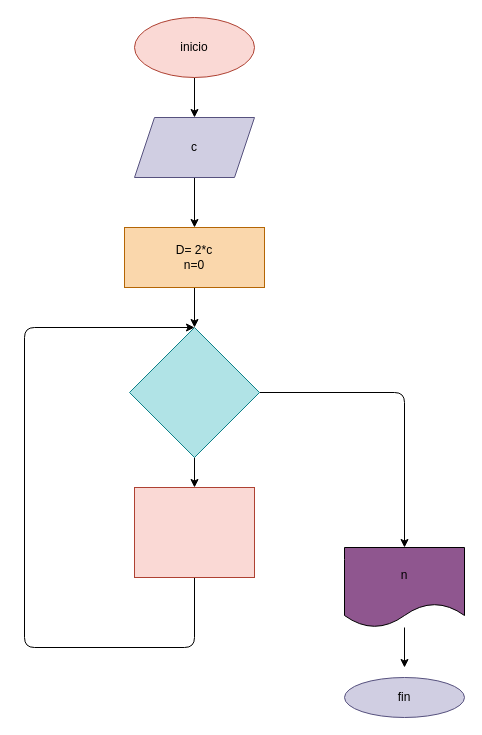
Earlier version of the draw.io diagram ejercicio6/diagrama.drawio (angelica17200/Taller_while). Source tidied: cells renumbered, new cells numbered last; positions are measured from the earlier drawing's top-left corner, leaving out a move shared by most shapes. Both pictures are drawn from the tidied source at 100%, with x=0, y=0 at pixel (24, 17).
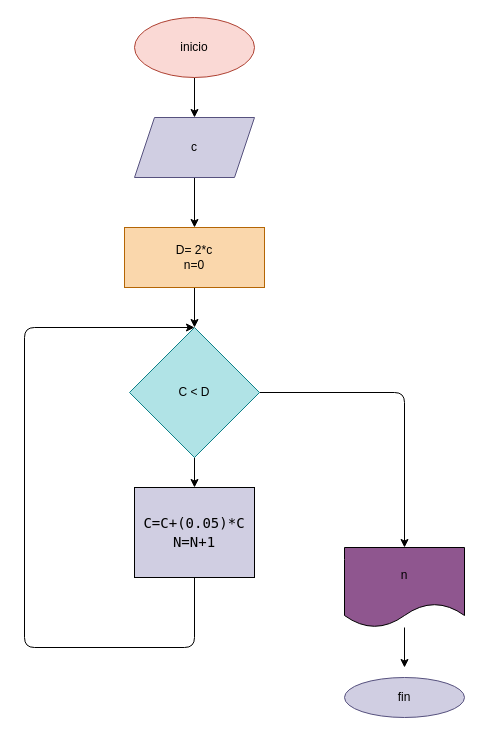
Above is the later version.

What changed in the source:
```diff
@@
-    <mxCell id="10" style="rhombus;whiteSpace=wrap;html=1;fillColor=#b0e3e6;strokeColor=#0e8088;" parent="1" vertex="1">
+    <mxCell id="10" value="&lt;font color=&quot;#000000&quot;&gt;C &amp;lt; D&lt;/font&gt;" style="rhombus;whiteSpace=wrap;html=1;fillColor=#b0e3e6;strokeColor=#0e8088;" parent="1" vertex="1">
       <mxGeometry x="105" y="310" width="130" height="130" as="geometry" />
     </mxCell>
@@
-    <mxCell id="12" style="whiteSpace=wrap;html=1;fillColor=#fad9d5;strokeColor=#ae4132;" parent="1" vertex="1">
+    <mxCell id="12" value="&lt;div style=&quot;font-family: &amp;#34;droid sans mono&amp;#34; , &amp;#34;monospace&amp;#34; , monospace ; font-weight: normal ; font-size: 14px ; line-height: 19px&quot;&gt;&lt;div&gt;&lt;font color=&quot;#000000&quot;&gt;C=C+(0.05)*C&lt;/font&gt;&lt;/div&gt;&lt;div&gt;    &lt;font color=&quot;#000000&quot;&gt;N=N+1&lt;/font&gt;&lt;/div&gt;&lt;/div&gt;" style="whiteSpace=wrap;html=1;fillColor=#d0cee2;strokeColor=#000000;" parent="1" vertex="1">
       <mxGeometry x="110" y="470" width="120" height="90" as="geometry" />
     </mxCell>
```
